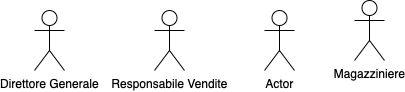
Earlier version of the draw.io export Diagramma dei Casi d'Uso.png (Carmineh/IT-Manager). Source tidied: cells renumbered, new cells last; positions are measured from the earlier drawing's top-left corner, leaving out a move shared by most shapes.
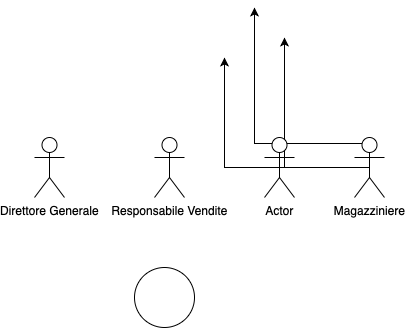
Later version of the same file.

Diff of the diagram source:
```diff
@@ -5,8 +5,23 @@
     <mxCell id="2" value="Direttore Generale" style="shape=umlActor;verticalLabelPosition=bottom;verticalAlign=top;html=1;" parent="1" vertex="1">
       <mxGeometry y="10" width="30" height="60" as="geometry" />
     </mxCell>
+    <mxCell id="6" style="edgeStyle=orthogonalEdgeStyle;rounded=0;jettySize=auto;html=1;exitX=0.25;exitY=0.1;exitDx=0;exitDy=0;exitPerimeter=0;" parent="1" edge="1" source="3">
+      <mxGeometry relative="1" as="geometry">
+        <mxPoint x="220" y="-120" as="targetPoint" />
+      </mxGeometry>
+    </mxCell>
+    <mxCell id="7" style="edgeStyle=orthogonalEdgeStyle;rounded=0;jettySize=auto;html=1;exitX=0.5;exitY=0.5;exitDx=0;exitDy=0;exitPerimeter=0;" parent="1" edge="1" source="3">
+      <mxGeometry relative="1" as="geometry">
+        <mxPoint x="250" y="-90" as="targetPoint" />
+      </mxGeometry>
+    </mxCell>
+    <mxCell id="8" style="edgeStyle=orthogonalEdgeStyle;rounded=0;jettySize=auto;html=1;" parent="1" edge="1" source="3">
+      <mxGeometry relative="1" as="geometry">
+        <mxPoint x="190" y="-70" as="targetPoint" />
+      </mxGeometry>
+    </mxCell>
     <mxCell id="3" value="Magazziniere" style="shape=umlActor;verticalLabelPosition=bottom;verticalAlign=top;html=1;outlineConnect=0;" parent="1" vertex="1">
-      <mxGeometry x="320" width="30" height="60" as="geometry" />
+      <mxGeometry x="320" y="10" width="30" height="60" as="geometry" />
     </mxCell>
     <mxCell id="4" value="Responsabile Vendite" style="shape=umlActor;verticalLabelPosition=bottom;verticalAlign=top;html=1;" parent="1" vertex="1">
       <mxGeometry x="120" y="10" width="30" height="60" as="geometry" />
@@ -14,5 +29,8 @@
     <mxCell id="5" value="Actor" style="shape=umlActor;verticalLabelPosition=bottom;verticalAlign=top;html=1;" parent="1" vertex="1">
       <mxGeometry x="230" y="10" width="30" height="60" as="geometry" />
     </mxCell>
+    <mxCell id="9" style="ellipse;whiteSpace=wrap;html=1;" parent="1" vertex="1">
+      <mxGeometry x="100" y="140" width="60" height="60" as="geometry" />
+    </mxCell>
   </root>
 </mxGraphModel>
```
